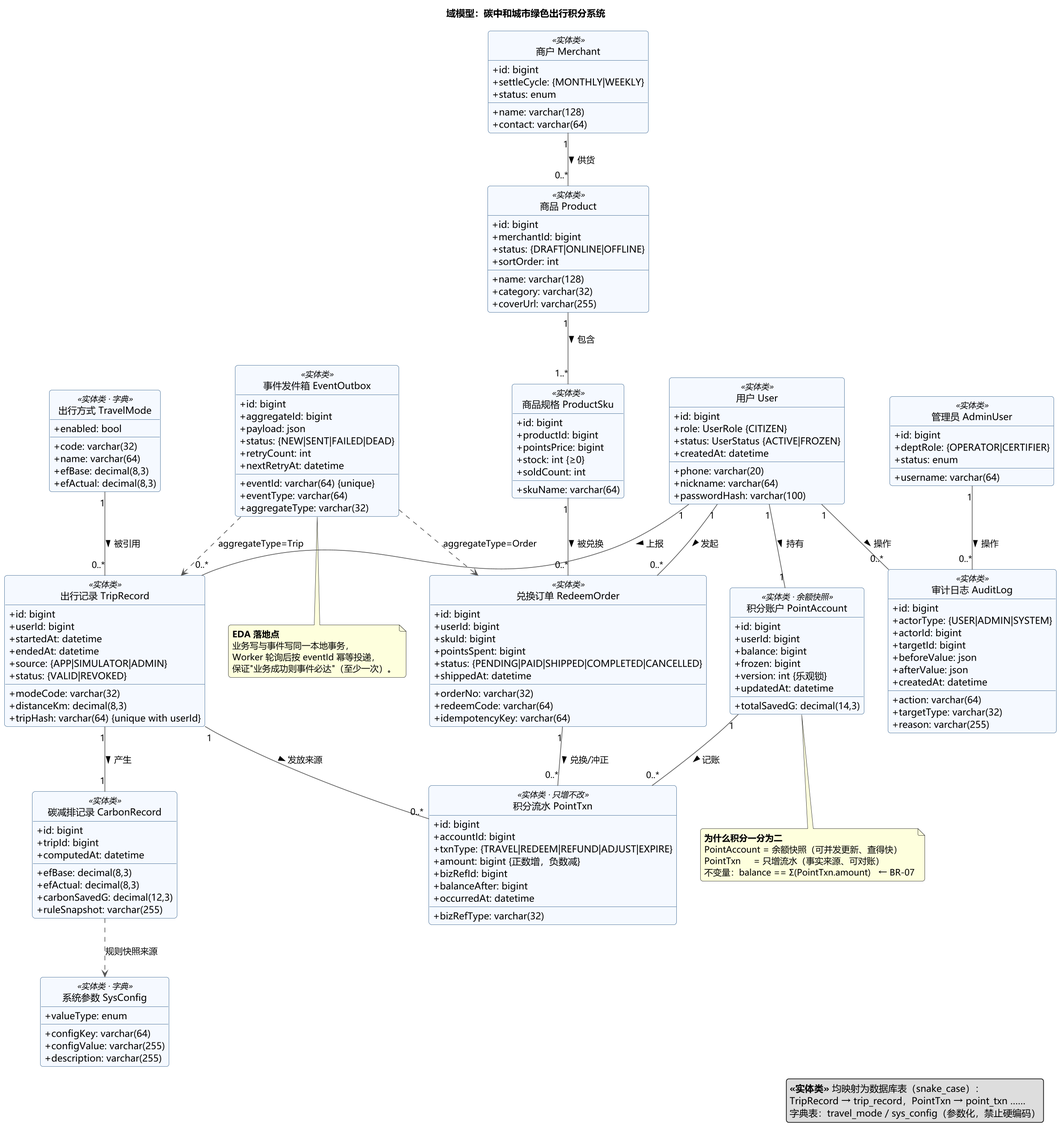
Above: docs/uml/out/图1-7 域模型（分析类图 · 名词短语法 + CRC）.png in chiyan11/green-travel-points (PlantUML), before the change.
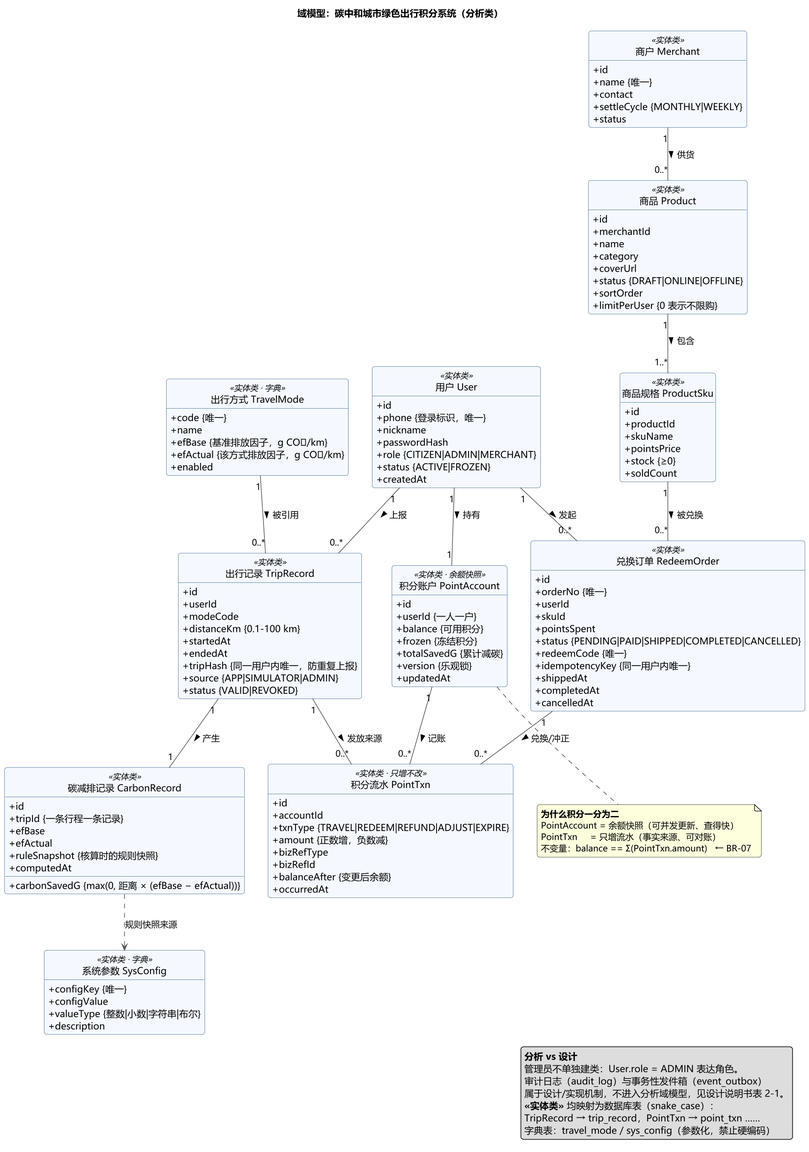
After the change.

Change to the diagram source:
```diff
@@ -13,157 +13,126 @@
 hide empty members
 hide circle
 
-title 域模型：碳中和城市绿色出行积分系统
+title 域模型：碳中和城市绿色出行积分系统（分析类）
 
 
 class "用户 User" as User <<实体类>> {
-  + id: bigint
-  + phone: varchar(20)
-  + nickname: varchar(64)
-  + passwordHash: varchar(100)
-  + role: UserRole {CITIZEN}
-  + status: UserStatus {ACTIVE|FROZEN}
-  + createdAt: datetime
-}
-
-class "管理员 AdminUser" as AdminUser <<实体类>> {
-  + id: bigint
-  + username: varchar(64)
-  + deptRole: {OPERATOR|CERTIFIER}
-  + status: enum
+  + id
+  + phone {登录标识，唯一}
+  + nickname
+  + passwordHash
+  + role {CITIZEN|ADMIN|MERCHANT}
+  + status {ACTIVE|FROZEN}
+  + createdAt
 }
 
 class "商户 Merchant" as Merchant <<实体类>> {
-  + id: bigint
-  + name: varchar(128)
-  + contact: varchar(64)
-  + settleCycle: {MONTHLY|WEEKLY}
-  + status: enum
+  + id
+  + name {唯一}
+  + contact
+  + settleCycle {MONTHLY|WEEKLY}
+  + status
 }
 
 
 class "出行方式 TravelMode" as TravelMode <<实体类 · 字典>> {
-  + code: varchar(32)
-  + name: varchar(64)
-  + efBase: decimal(8,3)
-  + efActual: decimal(8,3)
-  + enabled: bool
+  + code {唯一}
+  + name
+  + efBase {基准排放因子，g CO₂/km}
+  + efActual {该方式排放因子，g CO₂/km}
+  + enabled
 }
 
 class "系统参数 SysConfig" as SysConfig <<实体类 · 字典>> {
-  + configKey: varchar(64)
-  + configValue: varchar(255)
-  + valueType: enum
-  + description: varchar(255)
+  + configKey {唯一}
+  + configValue
+  + valueType {整数|小数|字符串|布尔}
+  + description
 }
 
 class "出行记录 TripRecord" as TripRecord <<实体类>> {
-  + id: bigint
-  + userId: bigint
-  + modeCode: varchar(32)
-  + distanceKm: decimal(8,3)
-  + startedAt: datetime
-  + endedAt: datetime
-  + tripHash: varchar(64) {unique with userId}
-  + source: {APP|SIMULATOR|ADMIN}
-  + status: {VALID|REVOKED}
+  + id
+  + userId
+  + modeCode
+  + distanceKm {0.1-100 km}
+  + startedAt
+  + endedAt
+  + tripHash {同一用户内唯一，防重复上报}
+  + source {APP|SIMULATOR|ADMIN}
+  + status {VALID|REVOKED}
 }
 
 class "碳减排记录 CarbonRecord" as CarbonRecord <<实体类>> {
-  + id: bigint
-  + tripId: bigint
-  + efBase: decimal(8,3)
-  + efActual: decimal(8,3)
-  + carbonSavedG: decimal(12,3)
-  + ruleSnapshot: varchar(255)
-  + computedAt: datetime
+  + id
+  + tripId {一条行程一条记录}
+  + efBase
+  + efActual
+  + carbonSavedG {max(0, 距离 × (efBase − efActual))}
+  + ruleSnapshot {核算时的规则快照}
+  + computedAt
 }
 
 
 class "积分账户 PointAccount" as PointAccount <<实体类 · 余额快照>> {
-  + id: bigint
-  + userId: bigint
-  + balance: bigint
-  + frozen: bigint
-  + totalSavedG: decimal(14,3)
-  + version: int {乐观锁}
-  + updatedAt: datetime
+  + id
+  + userId {一人一户}
+  + balance {可用积分}
+  + frozen {冻结积分}
+  + totalSavedG {累计减碳}
+  + version {乐观锁}
+  + updatedAt
 }
 
 class "积分流水 PointTxn" as PointTxn <<实体类 · 只增不改>> {
-  + id: bigint
-  + accountId: bigint
-  + txnType: {TRAVEL|REDEEM|REFUND|ADJUST|EXPIRE}
-  + amount: bigint {正数增，负数减}
-  + bizRefType: varchar(32)
-  + bizRefId: bigint
-  + balanceAfter: bigint
-  + occurredAt: datetime
+  + id
+  + accountId
+  + txnType {TRAVEL|REDEEM|REFUND|ADJUST|EXPIRE}
+  + amount {正数增，负数减}
+  + bizRefType
+  + bizRefId
+  + balanceAfter {变更后余额}
+  + occurredAt
 }
 
 
 class "商品 Product" as Product <<实体类>> {
-  + id: bigint
-  + merchantId: bigint
-  + name: varchar(128)
-  + category: varchar(32)
-  + coverUrl: varchar(255)
-  + status: {DRAFT|ONLINE|OFFLINE}
-  + sortOrder: int
+  + id
+  + merchantId
+  + name
+  + category
+  + coverUrl
+  + status {DRAFT|ONLINE|OFFLINE}
+  + sortOrder
+  + limitPerUser {0 表示不限购}
 }
 
 class "商品规格 ProductSku" as ProductSku <<实体类>> {
-  + id: bigint
-  + productId: bigint
-  + skuName: varchar(64)
-  + pointsPrice: bigint
-  + stock: int {≥0}
-  + soldCount: int
+  + id
+  + productId
+  + skuName
+  + pointsPrice
+  + stock {≥0}
+  + soldCount
 }
 
 class "兑换订单 RedeemOrder" as RedeemOrder <<实体类>> {
-  + id: bigint
-  + orderNo: varchar(32)
-  + userId: bigint
-  + skuId: bigint
-  + pointsSpent: bigint
-  + status: {PENDING|PAID|SHIPPED|COMPLETED|CANCELLED}
-  + redeemCode: varchar(64)
-  + idempotencyKey: varchar(64)
-  + shippedAt: datetime
-}
-
-
-class "事件发件箱 EventOutbox" as EventOutbox <<实体类>> {
-  + id: bigint
-  + eventId: varchar(64) {unique}
-  + eventType: varchar(64)
-  + aggregateType: varchar(32)
-  + aggregateId: bigint
-  + payload: json
-  + status: {NEW|SENT|FAILED|DEAD}
-  + retryCount: int
-  + nextRetryAt: datetime
-}
-
-class "审计日志 AuditLog" as AuditLog <<实体类>> {
-  + id: bigint
-  + actorType: {USER|ADMIN|SYSTEM}
-  + actorId: bigint
-  + action: varchar(64)
-  + targetType: varchar(32)
-  + targetId: bigint
-  + beforeValue: json
-  + afterValue: json
-  + reason: varchar(255)
-  + createdAt: datetime
+  + id
+  + orderNo {唯一}
+  + userId
+  + skuId
+  + pointsSpent
+  + status {PENDING|PAID|SHIPPED|COMPLETED|CANCELLED}
+  + redeemCode {唯一}
+  + idempotencyKey {同一用户内唯一}
+  + shippedAt
+  + completedAt
+  + cancelledAt
 }
 
 
 User "1" -- "0..*" TripRecord : 上报 >
 User "1" -- "1" PointAccount : 持有 >
 User "1" -- "0..*" RedeemOrder : 发起 >
-User "1" -- "0..*" AuditLog : 操作 >
 
 TravelMode "1" -- "0..*" TripRecord : 被引用 >
 TripRecord "1" -- "1" CarbonRecord : 产生 >
@@ -177,11 +146,6 @@
 Product "1" -- "1..*" ProductSku : 包含 >
 ProductSku "1" -- "0..*" RedeemOrder : 被兑换 >
 
-AdminUser "1" -- "0..*" AuditLog : 操作 >
-
-EventOutbox ..> TripRecord : aggregateType=Trip
-EventOutbox ..> RedeemOrder : aggregateType=Order
-
 note bottom of PointAccount
   **为什么积分一分为二**
   PointAccount = 余额快照（可并发更新、查得快）
@@ -189,14 +153,11 @@
   不变量：balance == Σ(PointTxn.amount)   ← BR-07
 end note
 
-note bottom of EventOutbox
-  **EDA 落地点**
-  业务写与事件写同一本地事务，
-  Worker 轮询后按 eventId 幂等投递，
-  保证"业务成功则事件必达"（至少一次）。
-end note
-
 legend right
+  **分析 vs 设计**
+  管理员不单独建类：User.role = ADMIN 表达角色。
+  审计日志（audit_log）与事务性发件箱（event_outbox）
+  属于设计/实现机制，不进入分析域模型，见设计说明书表 2-1。
   **<<实体类>>** 均映射为数据库表（snake_case）：
   TripRecord → trip_record，PointTxn → point_txn ……
   字典表：travel_mode / sys_config（参数化，禁止硬编码）
```
